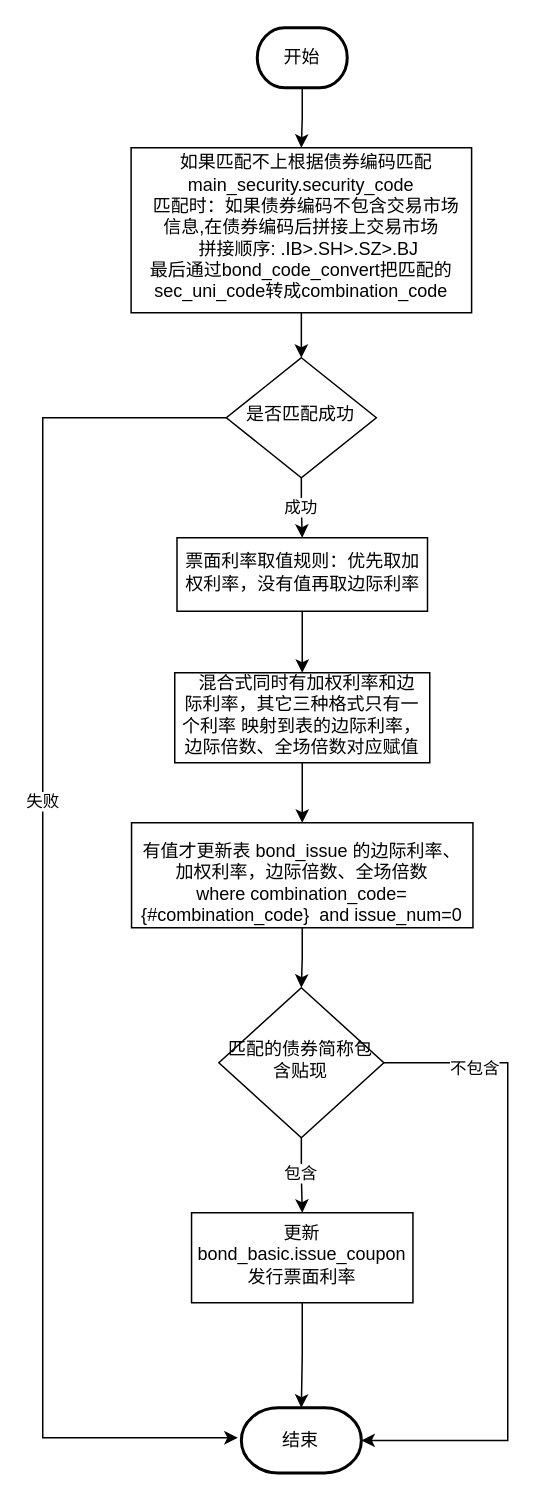
This is 新发债匹配流程.drawio from xbluckly/test, a draw.io file, before an edit. Source tidied: cells renumbered, new cells numbered last; positions are measured from the earlier drawing's top-left corner, leaving out a move shared by most shapes. Both pictures are drawn from the tidied source at 150%, with x=0, y=0 at pixel (42, 27).
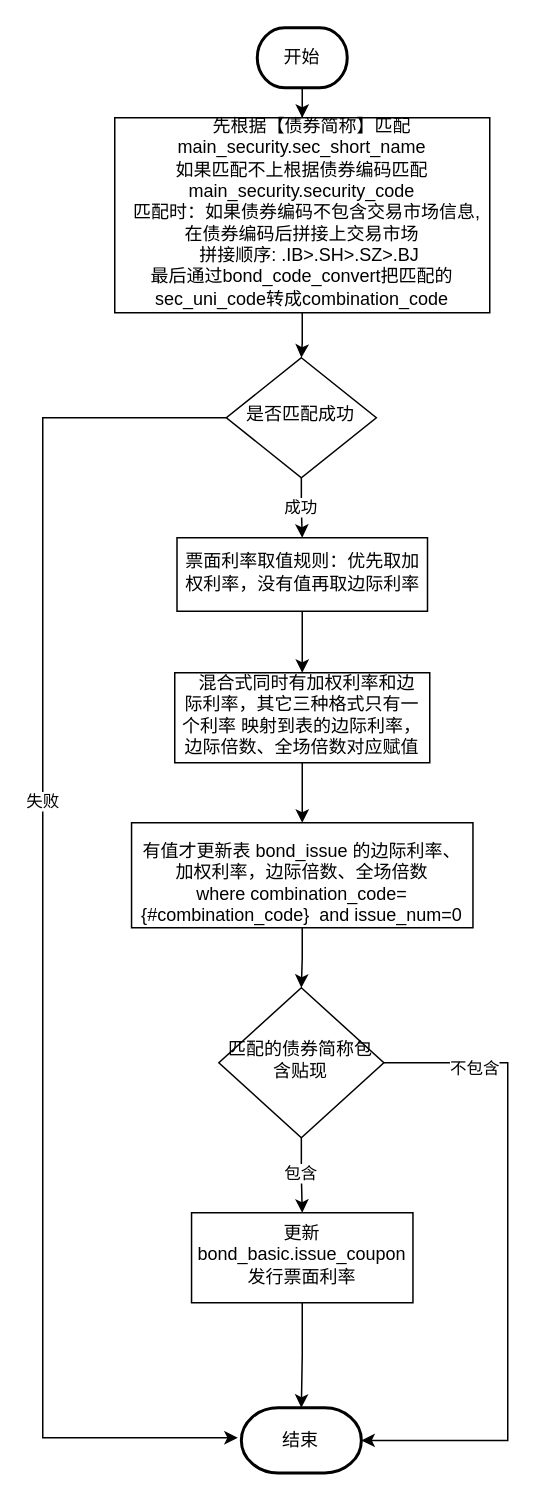
The same page after the edit.

Commit message:
更新新发债匹配流程.drawio

What changed in the source:
```diff
@@
-    <mxCell id="6" value="&lt;div&gt;&lt;div class=&quot;ace-line ace-line old-record-id-Ok8HdJDNqog325xrWxfceNuunWh&quot;&gt;&amp;nbsp; 如果匹配不上根据债券编码匹配main_security.security_code&lt;/div&gt;&lt;div class=&quot;ace-line ace-line old-record-id-U170dsWV5ouliXx36R1cMYBwnjh&quot;&gt;&amp;nbsp;&amp;nbsp;匹配时：如果债券编码不包含交易市场信息,在债券编码后拼接上交易市场&lt;/div&gt;&lt;div class=&quot;ace-line ace-line old-record-id-OApXdDIfzolyv1xDMULcFpecnWa&quot;&gt;&amp;nbsp;&amp;nbsp; 拼接顺序:  .IB&amp;gt;.SH&amp;gt;.SZ&amp;gt;.BJ &lt;br&gt;最后通过&lt;span style=&quot;background-color: transparent;&quot;&gt;bond_code_convert把匹配的sec_uni_code转成combination_code&lt;/span&gt;&lt;/div&gt;&lt;/div&gt;&lt;span class=&quot;lark-record-clipboard&quot; data-lark-record-data=&quot;{&amp;quot;isCut&amp;quot;:false,&amp;quot;rootId&amp;quot;:&amp;quot;Aed7douATo9B6cx0R7Rc3emsnXd&amp;quot;,&amp;quot;parentId&amp;quot;:&amp;quot;PbEFdPpbyoQQVMx5GCNcPsgcnbX&amp;quot;,&amp;quot;blockIds&amp;quot;:[1329,1330,1326],&amp;quot;recordIds&amp;quot;:[&amp;quot;Ok8HdJDNqog325xrWxfceNuunWh&amp;quot;,&amp;quot;U170dsWV5ouliXx36R1cMYBwnjh&amp;quot;,&amp;quot;OApXdDIfzolyv1xDMULcFpecnWa&amp;quot;],&amp;quot;recordMap&amp;quot;:{&amp;quot;OApXdDIfzolyv1xDMULcFpecnWa&amp;quot;:{&amp;quot;id&amp;quot;:&amp;quot;OApXdDIfzolyv1xDMULcFpecnWa&amp;quot;,&amp;quot;snapshot&amp;quot;:{&amp;quot;parent_id&amp;quot;:&amp;quot;PbEFdPpbyoQQVMx5GCNcPsgcnbX&amp;quot;,&amp;quot;type&amp;quot;:&amp;quot;text&amp;quot;,&amp;quot;children&amp;quot;:[],&amp;quot;comments&amp;quot;:[],&amp;quot;revisions&amp;quot;:[],&amp;quot;author&amp;quot;:&amp;quot;7403194829083705347&amp;quot;,&amp;quot;text&amp;quot;:{&amp;quot;initialAttributedTexts&amp;quot;:{&amp;quot;text&amp;quot;:{&amp;quot;0&amp;quot;:&amp;quot; 拼接顺序:  .IB&gt;.SH&gt;.SZ&gt;.BJ &amp;quot;},&amp;quot;attribs&amp;quot;:{&amp;quot;0&amp;quot;:&amp;quot;*0+o&amp;quot;}},&amp;quot;apool&amp;quot;:{&amp;quot;numToAttrib&amp;quot;:{&amp;quot;0&amp;quot;:[&amp;quot;author&amp;quot;,&amp;quot;7403194829083705347&amp;quot;]},&amp;quot;nextNum&amp;quot;:1}},&amp;quot;folded&amp;quot;:false,&amp;quot;text_indent&amp;quot;:0}},&amp;quot;Ok8HdJDNqog325xrWxfceNuunWh&amp;quot;:{&amp;quot;id&amp;quot;:&amp;quot;Ok8HdJDNqog325xrWxfceNuunWh&amp;quot;,&amp;quot;snapshot&amp;quot;:{&amp;quot;parent_id&amp;quot;:&amp;quot;PbEFdPpbyoQQVMx5GCNcPsgcnbX&amp;quot;,&amp;quot;type&amp;quot;:&amp;quot;text&amp;quot;,&amp;quot;children&amp;quot;:[],&amp;quot;comments&amp;quot;:[],&amp;quot;revisions&amp;quot;:[],&amp;quot;author&amp;quot;:&amp;quot;7403194829083705347&amp;quot;,&amp;quot;text&amp;quot;:{&amp;quot;initialAttributedTexts&amp;quot;:{&amp;quot;text&amp;quot;:{&amp;quot;0&amp;quot;:&amp;quot;如果匹配不上根据债券编码匹配main_security.security_code&amp;quot;},&amp;quot;attribs&amp;quot;:{&amp;quot;0&amp;quot;:&amp;quot;*0+15&amp;quot;}},&amp;quot;apool&amp;quot;:{&amp;quot;numToAttrib&amp;quot;:{&amp;quot;0&amp;quot;:[&amp;quot;author&amp;quot;,&amp;quot;7403194829083705347&amp;quot;]},&amp;quot;nextNum&amp;quot;:1}},&amp;quot;folded&amp;quot;:false}},&amp;quot;U170dsWV5ouliXx36R1cMYBwnjh&amp;quot;:{&amp;quot;id&amp;quot;:&amp;quot;U170dsWV5ouliXx36R1cMYBwnjh&amp;quot;,&amp;quot;snapshot&amp;quot;:{&amp;quot;parent_id&amp;quot;:&amp;quot;PbEFdPpbyoQQVMx5GCNcPsgcnbX&amp;quot;,&amp;quot;type&amp;quot;:&amp;quot;text&amp;quot;,&amp;quot;children&amp;quot;:[],&amp;quot;comments&amp;quot;:[],&amp;quot;revisions&amp;quot;:[],&amp;quot;author&amp;quot;:&amp;quot;7403194829083705347&amp;quot;,&amp;quot;text&amp;quot;:{&amp;quot;initialAttributedTexts&amp;quot;:{&amp;quot;text&amp;quot;:{&amp;quot;0&amp;quot;:&amp;quot;匹配时：如果债券编码不包含交易市场信息,在债券编码后拼接上交易市场&amp;quot;},&amp;quot;attribs&amp;quot;:{&amp;quot;0&amp;quot;:&amp;quot;*0+x&amp;quot;},&amp;quot;rows&amp;quot;:{},&amp;quot;cols&amp;quot;:{}},&amp;quot;apool&amp;quot;:{&amp;quot;numToAttrib&amp;quot;:{&amp;quot;0&amp;quot;:[&amp;quot;author&amp;quot;,&amp;quot;7403194829083705347&amp;quot;]},&amp;quot;nextNum&amp;quot;:1,&amp;quot;attribToNum&amp;quot;:{&amp;quot;author,7403194829083705347&amp;quot;:0}}},&amp;quot;folded&amp;quot;:false}},&amp;quot;PbEFdPpbyoQQVMx5GCNcPsgcnbX&amp;quot;:{&amp;quot;id&amp;quot;:&amp;quot;PbEFdPpbyoQQVMx5GCNcPsgcnbX&amp;quot;,&amp;quot;snapshot&amp;quot;:{&amp;quot;parent_id&amp;quot;:&amp;quot;Hi3hdM5T4oeO9gxYRoicHyLxnah&amp;quot;,&amp;quot;type&amp;quot;:&amp;quot;text&amp;quot;,&amp;quot;children&amp;quot;:[&amp;quot;Cyj0dWNAPomNcLx2lZZcVyJznbf&amp;quot;,&amp;quot;Ok8HdJDNqog325xrWxfceNuunWh&amp;quot;,&amp;quot;U170dsWV5ouliXx36R1cMYBwnjh&amp;quot;,&amp;quot;OApXdDIfzolyv1xDMULcFpecnWa&amp;quot;,&amp;quot;Bc1adQ8gnov3t8x5avEchllJn0d&amp;quot;,&amp;quot;NgIIdmxvpoQHESxAfVdc74RMnrY&amp;quot;],&amp;quot;comments&amp;quot;:[],&amp;quot;revisions&amp;quot;:[],&amp;quot;author&amp;quot;:&amp;quot;7403194829083705347&amp;quot;,&amp;quot;text&amp;quot;:{&amp;quot;apool&amp;quot;:{&amp;quot;numToAttrib&amp;quot;:{&amp;quot;0&amp;quot;:[&amp;quot;author&amp;quot;,&amp;quot;7403194829083705347&amp;quot;]},&amp;quot;nextNum&amp;quot;:1,&amp;quot;attribToNum&amp;quot;:{&amp;quot;author,7403194829083705347&amp;quot;:0}},&amp;quot;initialAttributedTexts&amp;quot;:{&amp;quot;text&amp;quot;:{&amp;quot;0&amp;quot;:&amp;quot;5,新发债匹配流程&amp;quot;},&amp;quot;attribs&amp;quot;:{&amp;quot;0&amp;quot;:&amp;quot;*0+9&amp;quot;},&amp;quot;rows&amp;quot;:{},&amp;quot;cols&amp;quot;:{}}},&amp;quot;folded&amp;quot;:false}}},&amp;quot;payloadMap&amp;quot;:{&amp;quot;Ok8HdJDNqog325xrWxfceNuunWh&amp;quot;:{&amp;quot;level&amp;quot;:2},&amp;quot;U170dsWV5ouliXx36R1cMYBwnjh&amp;quot;:{&amp;quot;level&amp;quot;:2},&amp;quot;OApXdDIfzolyv1xDMULcFpecnWa&amp;quot;:{&amp;quot;level&amp;quot;:2}},&amp;quot;extra&amp;quot;:{&amp;quot;channel&amp;quot;:&amp;quot;saas&amp;quot;,&amp;quot;pasteRandomId&amp;quot;:&amp;quot;46fb7dec-91c3-465f-9ec3-caed69e196a9&amp;quot;,&amp;quot;mention_page_title&amp;quot;:{},&amp;quot;external_mention_url&amp;quot;:{},&amp;quot;isEqualBlockSelection&amp;quot;:true},&amp;quot;isKeepQuoteContainer&amp;quot;:true,&amp;quot;selection&amp;quot;:[{&amp;quot;id&amp;quot;:1329,&amp;quot;type&amp;quot;:&amp;quot;text&amp;quot;,&amp;quot;selection&amp;quot;:{&amp;quot;start&amp;quot;:0,&amp;quot;end&amp;quot;:41},&amp;quot;recordId&amp;quot;:&amp;quot;Ok8HdJDNqog325xrWxfceNuunWh&amp;quot;},{&amp;quot;id&amp;quot;:1330,&amp;quot;type&amp;quot;:&amp;quot;text&amp;quot;,&amp;quot;selection&amp;quot;:{&amp;quot;start&amp;quot;:0,&amp;quot;end&amp;quot;:33},&amp;quot;recordId&amp;quot;:&amp;quot;U170dsWV5ouliXx36R1cMYBwnjh&amp;quot;},{&amp;quot;id&amp;quot;:1326,&amp;quot;type&amp;quot;:&amp;quot;text&amp;quot;,&amp;quot;selection&amp;quot;:{&amp;quot;start&amp;quot;:0,&amp;quot;end&amp;quot;:24},&amp;quot;recordId&amp;quot;:&amp;quot;OApXdDIfzolyv1xDMULcFpecnWa&amp;quot;}],&amp;quot;pasteFlag&amp;quot;:&amp;quot;4bad5c61-66b6-4113-867a-fe3f38da0dbc&amp;quot;}&quot;&gt;&lt;/span&gt;" style="whiteSpace=wrap;html=1;shadow=0;strokeWidth=1;spacing=6;spacingTop=-4;" parent="1" vertex="1">
-      <mxGeometry x="58.9" y="80" width="227" height="110" as="geometry" />
+    <mxCell id="6" value="&lt;div&gt;&lt;div class=&quot;ace-line ace-line old-record-id-Ok8HdJDNqog325xrWxfceNuunWh&quot;&gt;&amp;nbsp;&amp;nbsp;&lt;span style=&quot;background-color: transparent;&quot;&gt;&amp;nbsp;&amp;nbsp;先根据【债券简称】匹配main_security.sec_short_name&lt;/span&gt;&lt;/div&gt;&lt;span class=&quot;lark-record-clipboard&quot; data-lark-record-data=&quot;{&amp;quot;rootId&amp;quot;:&amp;quot;Aed7douATo9B6cx0R7Rc3emsnXd&amp;quot;,&amp;quot;text&amp;quot;:{&amp;quot;initialAttributedTexts&amp;quot;:{&amp;quot;text&amp;quot;:{&amp;quot;0&amp;quot;:&amp;quot;先根据【债券简称】匹配main_security.sec_short_name&amp;quot;},&amp;quot;attribs&amp;quot;:{&amp;quot;0&amp;quot;:&amp;quot;*0+13&amp;quot;}},&amp;quot;apool&amp;quot;:{&amp;quot;numToAttrib&amp;quot;:{&amp;quot;0&amp;quot;:[&amp;quot;author&amp;quot;,&amp;quot;7403194829083705347&amp;quot;]},&amp;quot;nextNum&amp;quot;:1}},&amp;quot;type&amp;quot;:&amp;quot;text&amp;quot;,&amp;quot;referenceRecordMap&amp;quot;:{},&amp;quot;extra&amp;quot;:{&amp;quot;channel&amp;quot;:&amp;quot;saas&amp;quot;,&amp;quot;isEqualBlockSelection&amp;quot;:true,&amp;quot;pasteRandomId&amp;quot;:&amp;quot;e4df36c4-aa7a-4e59-bdd3-91bf8b72fe2a&amp;quot;,&amp;quot;mention_page_title&amp;quot;:{},&amp;quot;external_mention_url&amp;quot;:{}},&amp;quot;isKeepQuoteContainer&amp;quot;:true,&amp;quot;isFromCode&amp;quot;:false,&amp;quot;selection&amp;quot;:[{&amp;quot;id&amp;quot;:1328,&amp;quot;type&amp;quot;:&amp;quot;text&amp;quot;,&amp;quot;selection&amp;quot;:{&amp;quot;start&amp;quot;:0,&amp;quot;end&amp;quot;:39},&amp;quot;recordId&amp;quot;:&amp;quot;Cyj0dWNAPomNcLx2lZZcVyJznbf&amp;quot;}],&amp;quot;payloadMap&amp;quot;:{},&amp;quot;isCut&amp;quot;:false}&quot;&gt;&lt;/span&gt;&lt;div class=&quot;ace-line ace-line old-record-id-Ok8HdJDNqog325xrWxfceNuunWh&quot;&gt;如果匹配不上根据债券编码匹配main_security.security_code&lt;/div&gt;&lt;div class=&quot;ace-line ace-line old-record-id-U170dsWV5ouliXx36R1cMYBwnjh&quot;&gt;&amp;nbsp;&amp;nbsp;匹配时：如果债券编码不包含交易市场信息,在债券编码后拼接上交易市场&lt;/div&gt;&lt;div class=&quot;ace-line ace-line old-record-id-OApXdDIfzolyv1xDMULcFpecnWa&quot;&gt;&amp;nbsp;&amp;nbsp; 拼接顺序:  .IB&amp;gt;.SH&amp;gt;.SZ&amp;gt;.BJ &lt;br&gt;最后通过&lt;span style=&quot;background-color: transparent;&quot;&gt;bond_code_convert把匹配的sec_uni_code转成combination_code&lt;/span&gt;&lt;/div&gt;&lt;/div&gt;&lt;span class=&quot;lark-record-clipboard&quot; data-lark-record-data=&quot;{&amp;quot;isCut&amp;quot;:false,&amp;quot;rootId&amp;quot;:&amp;quot;Aed7douATo9B6cx0R7Rc3emsnXd&amp;quot;,&amp;quot;parentId&amp;quot;:&amp;quot;PbEFdPpbyoQQVMx5GCNcPsgcnbX&amp;quot;,&amp;quot;blockIds&amp;quot;:[1329,1330,1326],&amp;quot;recordIds&amp;quot;:[&amp;quot;Ok8HdJDNqog325xrWxfceNuunWh&amp;quot;,&amp;quot;U170dsWV5ouliXx36R1cMYBwnjh&amp;quot;,&amp;quot;OApXdDIfzolyv1xDMULcFpecnWa&amp;quot;],&amp;quot;recordMap&amp;quot;:{&amp;quot;OApXdDIfzolyv1xDMULcFpecnWa&amp;quot;:{&amp;quot;id&amp;quot;:&amp;quot;OApXdDIfzolyv1xDMULcFpecnWa&amp;quot;,&amp;quot;snapshot&amp;quot;:{&amp;quot;parent_id&amp;quot;:&amp;quot;PbEFdPpbyoQQVMx5GCNcPsgcnbX&amp;quot;,&amp;quot;type&amp;quot;:&amp;quot;text&amp;quot;,&amp;quot;children&amp;quot;:[],&amp;quot;comments&amp;quot;:[],&amp;quot;revisions&amp;quot;:[],&amp;quot;author&amp;quot;:&amp;quot;7403194829083705347&amp;quot;,&amp;quot;text&amp;quot;:{&amp;quot;initialAttributedTexts&amp;quot;:{&amp;quot;text&amp;quot;:{&amp;quot;0&amp;quot;:&amp;quot; 拼接顺序:  .IB&gt;.SH&gt;.SZ&gt;.BJ &amp;quot;},&amp;quot;attribs&amp;quot;:{&amp;quot;0&amp;quot;:&amp;quot;*0+o&amp;quot;}},&amp;quot;apool&amp;quot;:{&amp;quot;numToAttrib&amp;quot;:{&amp;quot;0&amp;quot;:[&amp;quot;author&amp;quot;,&amp;quot;7403194829083705347&amp;quot;]},&amp;quot;nextNum&amp;quot;:1}},&amp;quot;folded&amp;quot;:false,&amp;quot;text_indent&amp;quot;:0}},&amp;quot;Ok8HdJDNqog325xrWxfceNuunWh&amp;quot;:{&amp;quot;id&amp;quot;:&amp;quot;Ok8HdJDNqog325xrWxfceNuunWh&amp;quot;,&amp;quot;snapshot&amp;quot;:{&amp;quot;parent_id&amp;quot;:&amp;quot;PbEFdPpbyoQQVMx5GCNcPsgcnbX&amp;quot;,&amp;quot;type&amp;quot;:&amp;quot;text&amp;quot;,&amp;quot;children&amp;quot;:[],&amp;quot;comments&amp;quot;:[],&amp;quot;revisions&amp;quot;:[],&amp;quot;author&amp;quot;:&amp;quot;7403194829083705347&amp;quot;,&amp;quot;text&amp;quot;:{&amp;quot;initialAttributedTexts&amp;quot;:{&amp;quot;text&amp;quot;:{&amp;quot;0&amp;quot;:&amp;quot;如果匹配不上根据债券编码匹配main_security.security_code&amp;quot;},&amp;quot;attribs&amp;quot;:{&amp;quot;0&amp;quot;:&amp;quot;*0+15&amp;quot;}},&amp;quot;apool&amp;quot;:{&amp;quot;numToAttrib&amp;quot;:{&amp;quot;0&amp;quot;:[&amp;quot;author&amp;quot;,&amp;quot;7403194829083705347&amp;quot;]},&amp;quot;nextNum&amp;quot;:1}},&amp;quot;folded&amp;quot;:false}},&amp;quot;U170dsWV5ouliXx36R1cMYBwnjh&amp;quot;:{&amp;quot;id&amp;quot;:&amp;quot;U170dsWV5ouliXx36R1cMYBwnjh&amp;quot;,&amp;quot;snapshot&amp;quot;:{&amp;quot;parent_id&amp;quot;:&amp;quot;PbEFdPpbyoQQVMx5GCNcPsgcnbX&amp;quot;,&amp;quot;type&amp;quot;:&amp;quot;text&amp;quot;,&amp;quot;children&amp;quot;:[],&amp;quot;comments&amp;quot;:[],&amp;quot;revisions&amp;quot;:[],&amp;quot;author&amp;quot;:&amp;quot;7403194829083705347&amp;quot;,&amp;quot;text&amp;quot;:{&amp;quot;initialAttributedTexts&amp;quot;:{&amp;quot;text&amp;quot;:{&amp;quot;0&amp;quot;:&amp;quot;匹配时：如果债券编码不包含交易市场信息,在债券编码后拼接上交易市场&amp;quot;},&amp;quot;attribs&amp;quot;:{&amp;quot;0&amp;quot;:&amp;quot;*0+x&amp;quot;},&amp;quot;rows&amp;quot;:{},&amp;quot;cols&amp;quot;:{}},&amp;quot;apool&amp;quot;:{&amp;quot;numToAttrib&amp;quot;:{&amp;quot;0&amp;quot;:[&amp;quot;author&amp;quot;,&amp;quot;7403194829083705347&amp;quot;]},&amp;quot;nextNum&amp;quot;:1,&amp;quot;attribToNum&amp;quot;:{&amp;quot;author,7403194829083705347&amp;quot;:0}}},&amp;quot;folded&amp;quot;:false}},&amp;quot;PbEFdPpbyoQQVMx5GCNcPsgcnbX&amp;quot;:{&amp;quot;id&amp;quot;:&amp;quot;PbEFdPpbyoQQVMx5GCNcPsgcnbX&amp;quot;,&amp;quot;snapshot&amp;quot;:{&amp;quot;parent_id&amp;quot;:&amp;quot;Hi3hdM5T4oeO9gxYRoicHyLxnah&amp;quot;,&amp;quot;type&amp;quot;:&amp;quot;text&amp;quot;,&amp;quot;children&amp;quot;:[&amp;quot;Cyj0dWNAPomNcLx2lZZcVyJznbf&amp;quot;,&amp;quot;Ok8HdJDNqog325xrWxfceNuunWh&amp;quot;,&amp;quot;U170dsWV5ouliXx36R1cMYBwnjh&amp;quot;,&amp;quot;OApXdDIfzolyv1xDMULcFpecnWa&amp;quot;,&amp;quot;Bc1adQ8gnov3t8x5avEchllJn0d&amp;quot;,&amp;quot;NgIIdmxvpoQHESxAfVdc74RMnrY&amp;quot;],&amp;quot;comments&amp;quot;:[],&amp;quot;revisions&amp;quot;:[],&amp;quot;author&amp;quot;:&amp;quot;7403194829083705347&amp;quot;,&amp;quot;text&amp;quot;:{&amp;quot;apool&amp;quot;:{&amp;quot;numToAttrib&amp;quot;:{&amp;quot;0&amp;quot;:[&amp;quot;author&amp;quot;,&amp;quot;7403194829083705347&amp;quot;]},&amp;quot;nextNum&amp;quot;:1,&amp;quot;attribToNum&amp;quot;:{&amp;quot;author,7403194829083705347&amp;quot;:0}},&amp;quot;initialAttributedTexts&amp;quot;:{&amp;quot;text&amp;quot;:{&amp;quot;0&amp;quot;:&amp;quot;5,新发债匹配流程&amp;quot;},&amp;quot;attribs&amp;quot;:{&amp;quot;0&amp;quot;:&amp;quot;*0+9&amp;quot;},&amp;quot;rows&amp;quot;:{},&amp;quot;cols&amp;quot;:{}}},&amp;quot;folded&amp;quot;:false}}},&amp;quot;payloadMap&amp;quot;:{&amp;quot;Ok8HdJDNqog325xrWxfceNuunWh&amp;quot;:{&amp;quot;level&amp;quot;:2},&amp;quot;U170dsWV5ouliXx36R1cMYBwnjh&amp;quot;:{&amp;quot;level&amp;quot;:2},&amp;quot;OApXdDIfzolyv1xDMULcFpecnWa&amp;quot;:{&amp;quot;level&amp;quot;:2}},&amp;quot;extra&amp;quot;:{&amp;quot;channel&amp;quot;:&amp;quot;saas&amp;quot;,&amp;quot;pasteRandomId&amp;quot;:&amp;quot;46fb7dec-91c3-465f-9ec3-caed69e196a9&amp;quot;,&amp;quot;mention_page_title&amp;quot;:{},&amp;quot;external_mention_url&amp;quot;:{},&amp;quot;isEqualBlockSelection&amp;quot;:true},&amp;quot;isKeepQuoteContainer&amp;quot;:true,&amp;quot;selection&amp;quot;:[{&amp;quot;id&amp;quot;:1329,&amp;quot;type&amp;quot;:&amp;quot;text&amp;quot;,&amp;quot;selection&amp;quot;:{&amp;quot;start&amp;quot;:0,&amp;quot;end&amp;quot;:41},&amp;quot;recordId&amp;quot;:&amp;quot;Ok8HdJDNqog325xrWxfceNuunWh&amp;quot;},{&amp;quot;id&amp;quot;:1330,&amp;quot;type&amp;quot;:&amp;quot;text&amp;quot;,&amp;quot;selection&amp;quot;:{&amp;quot;start&amp;quot;:0,&amp;quot;end&amp;quot;:33},&amp;quot;recordId&amp;quot;:&amp;quot;U170dsWV5ouliXx36R1cMYBwnjh&amp;quot;},{&amp;quot;id&amp;quot;:1326,&amp;quot;type&amp;quot;:&amp;quot;text&amp;quot;,&amp;quot;selection&amp;quot;:{&amp;quot;start&amp;quot;:0,&amp;quot;end&amp;quot;:24},&amp;quot;recordId&amp;quot;:&amp;quot;OApXdDIfzolyv1xDMULcFpecnWa&amp;quot;}],&amp;quot;pasteFlag&amp;quot;:&amp;quot;4bad5c61-66b6-4113-867a-fe3f38da0dbc&amp;quot;}&quot;&gt;&lt;/span&gt;" style="whiteSpace=wrap;html=1;shadow=0;strokeWidth=1;spacing=6;spacingTop=-4;" parent="1" vertex="1">
+      <mxGeometry x="48" y="60" width="250" height="130" as="geometry" />
     </mxCell>
```
